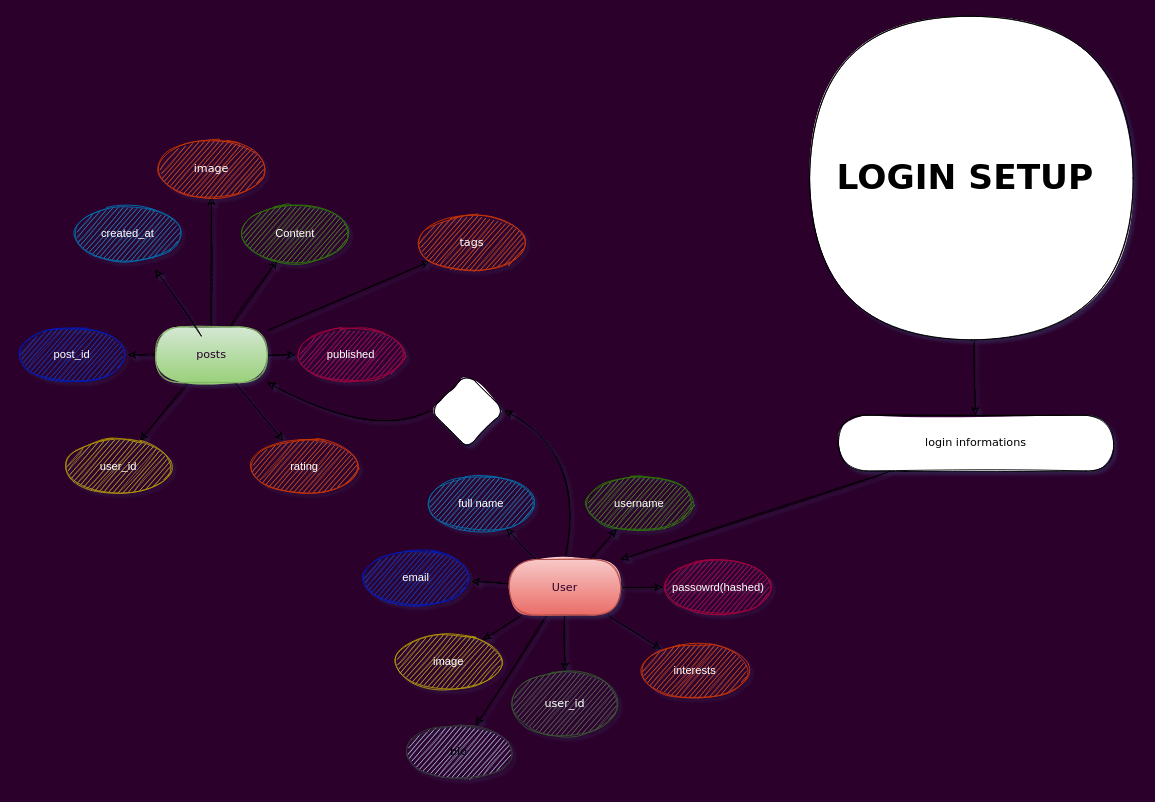
The draw.io diagram Docs/er-diagram.drawio in Abbhiishek/Sociome, before the edit. Source tidied: cells renumbered, new cells numbered last; positions are measured from the earlier drawing's top-left corner, leaving out a move shared by most shapes. Both pictures are drawn from the tidied source at 93%, with x=0, y=0 at pixel (16, 16).
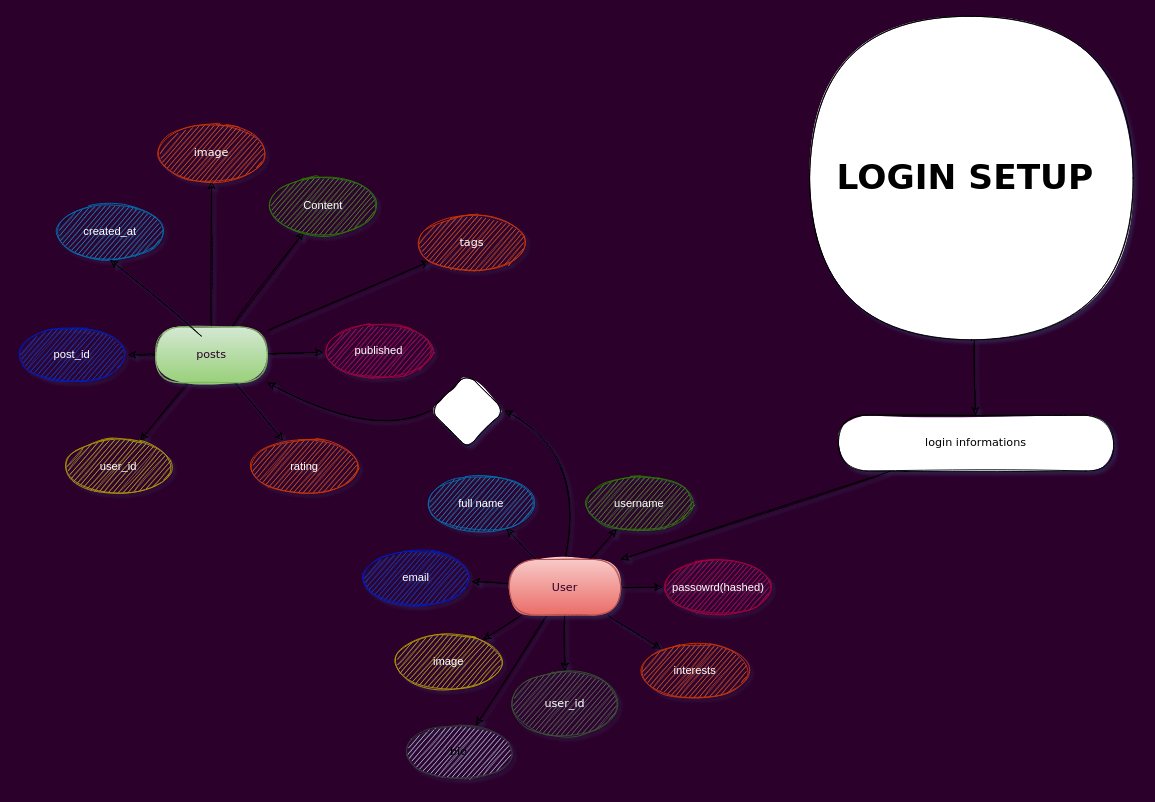
The same page after the edit.

Commit message (it also covers changes not shown here):
added the Schemas for the users and posts

Change to the diagram source:
```diff
@@
     <mxCell id="10" value="Content" style="ellipse;whiteSpace=wrap;html=1;rounded=1;fillColor=#60a917;fontColor=#ffffff;strokeColor=#2D7600;sketch=1;" parent="1" vertex="1">
-      <mxGeometry x="240" y="204" width="120" height="60" as="geometry" />
+      <mxGeometry x="270" y="174" width="120" height="60" as="geometry" />
     </mxCell>
     <mxCell id="11" value="published" style="ellipse;whiteSpace=wrap;html=1;rounded=1;fillColor=#d80073;fontColor=#ffffff;strokeColor=#A50040;sketch=1;" parent="1" vertex="1">
-      <mxGeometry x="300" y="334" width="120" height="60" as="geometry" />
+      <mxGeometry x="330" y="330" width="120" height="60" as="geometry" />
     </mxCell>
@@
     <mxCell id="15" value="created_at" style="ellipse;whiteSpace=wrap;html=1;rounded=1;fillColor=#1ba1e2;fontColor=#ffffff;strokeColor=#006EAF;sketch=1;" parent="1" vertex="1">
-      <mxGeometry x="60" y="204" width="120" height="60" as="geometry" />
+      <mxGeometry x="41" y="202" width="120" height="60" as="geometry" />
     </mxCell>
-    <mxCell id="16" style="edgeStyle=none;html=1;sketch=1;curved=1;" parent="1" edge="1">
+    <mxCell id="16" style="edgeStyle=none;html=1;sketch=1;curved=1;entryX=0.5;entryY=1;entryDx=0;entryDy=0;" parent="1" edge="1" target="15">
       <mxGeometry relative="1" as="geometry">
         <mxPoint x="199.2" y="344" as="sourcePoint" />
-        <mxPoint x="149.4" y="272.4" as="targetPoint" />
       </mxGeometry>
     </mxCell>
@@
     <mxCell id="39" value="&lt;font color=&quot;#ffffff&quot;&gt;image&lt;/font&gt;" style="ellipse;whiteSpace=wrap;html=1;fontFamily=Verdana;fillColor=#fa6800;strokeColor=#C73500;rounded=1;sketch=1;arcSize=50;fontColor=#000000;" parent="1" vertex="1">
-      <mxGeometry x="150" y="134" width="120" height="60" as="geometry" />
+      <mxGeometry x="150" y="117" width="120" height="60" as="geometry" />
     </mxCell>
```
